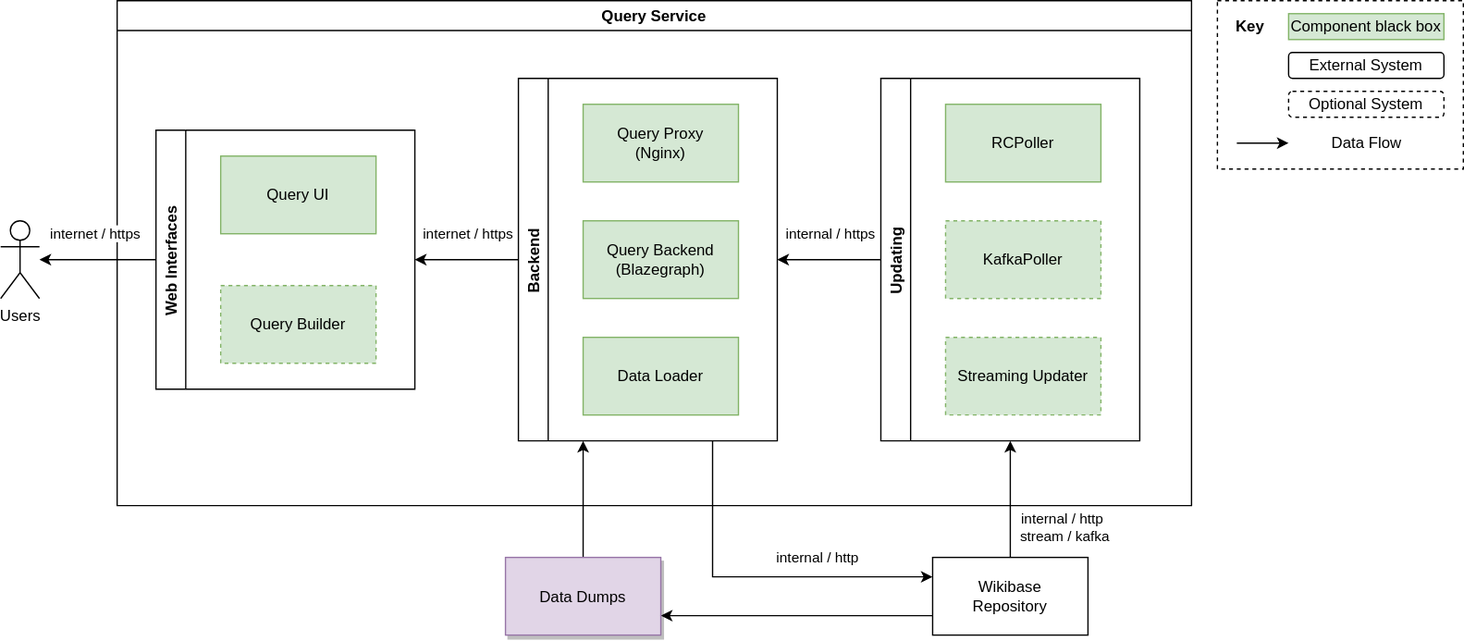
Earlier version of the draw.io export systems/Query/diagrams/03-technical-context.drawio.svg (wmde/wikidata-wikibase-architecture). Source tidied: cells renumbered, new cells last; positions are measured from the earlier drawing's top-left corner, leaving out a move shared by most shapes.
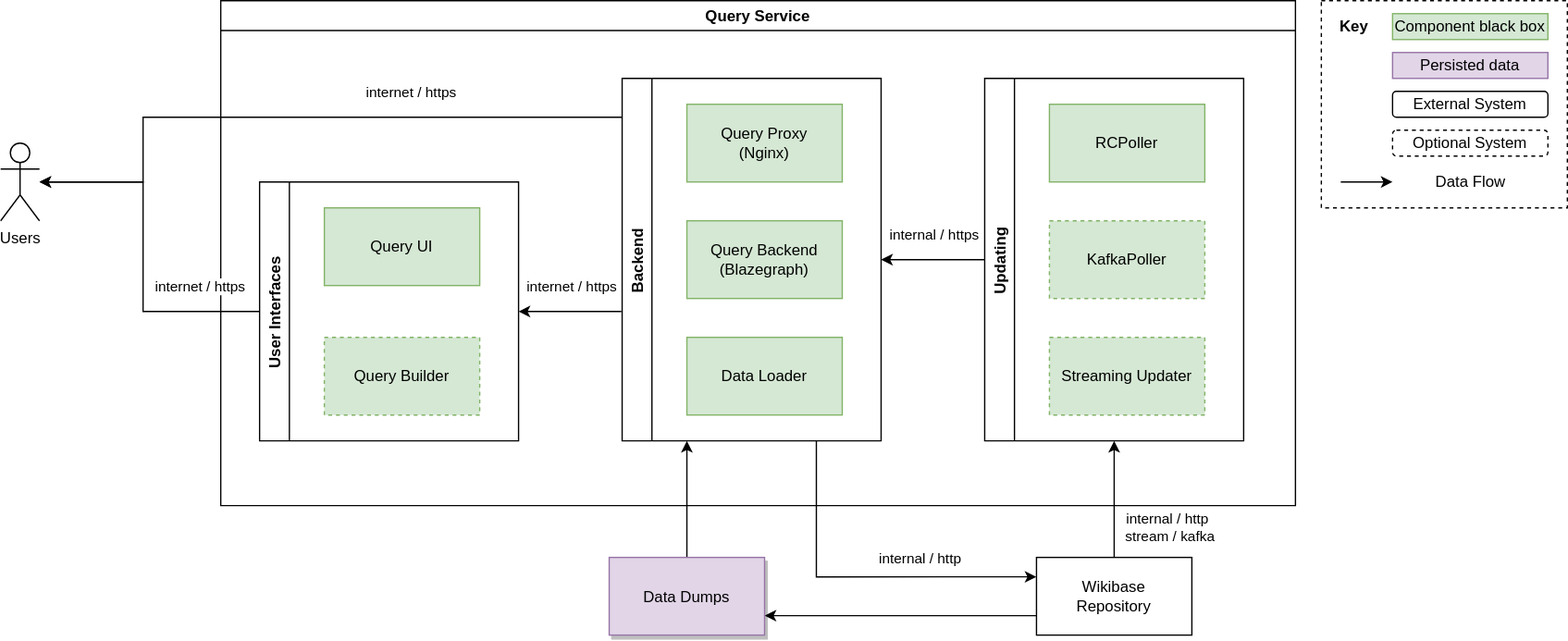
After the change.

Diff of the diagram source:
```diff
@@ -3,7 +3,7 @@
     <mxCell id="0" />
     <mxCell id="1" parent="0" />
     <mxCell id="2" style="rounded=0;whiteSpace=wrap;html=1;fillColor=none;dashed=1;" parent="1" vertex="1">
-      <mxGeometry x="940" width="190" height="130" as="geometry" />
+      <mxGeometry x="940" width="190" height="160" as="geometry" />
     </mxCell>
     <mxCell id="3" value="&lt;b&gt;Key&lt;/b&gt;" style="text;html=1;align=center;verticalAlign=middle;strokeColor=none;" parent="1" vertex="1">
       <mxGeometry x="945" y="10" width="40" height="20" as="geometry" />
@@ -12,13 +12,13 @@
       <mxGeometry x="995" y="10" width="120" height="20" as="geometry" />
     </mxCell>
     <mxCell id="5" value="External System" style="rounded=1;whiteSpace=wrap;html=1;align=center;" parent="1" vertex="1">
-      <mxGeometry x="995" y="40" width="120" height="20" as="geometry" />
+      <mxGeometry x="995" y="70" width="120" height="20" as="geometry" />
     </mxCell>
     <mxCell id="6" value="Query Service" style="swimlane;" parent="1" vertex="1">
       <mxGeometry x="90" width="830" height="390" as="geometry" />
     </mxCell>
-    <mxCell id="7" value="Web Interfaces" style="swimlane;horizontal=0;" parent="6" vertex="1">
-      <mxGeometry x="30" y="100" width="200" height="200" as="geometry" />
+    <mxCell id="7" value="User Interfaces" style="swimlane;horizontal=0;" parent="6" vertex="1">
+      <mxGeometry x="30" y="140" width="200" height="200" as="geometry" />
     </mxCell>
     <mxCell id="8" value="Query UI" style="rounded=0;whiteSpace=wrap;html=1;fillColor=#d5e8d4;strokeColor=#82b366;" parent="7" vertex="1">
       <mxGeometry x="50" y="20" width="120" height="60" as="geometry" />
@@ -58,7 +58,7 @@
         <mxPoint x="13" y="-19" as="offset" />
       </mxGeometry>
     </mxCell>
-    <mxCell id="20" style="edgeStyle=orthogonalEdgeStyle;rounded=0;jettySize=auto;html=1;entryX=0;entryY=0.5;entryDx=0;entryDy=0;startArrow=classic;startFill=1;endArrow=none;endFill=0;" parent="6" edge="1" source="7" target="15">
+    <mxCell id="20" style="edgeStyle=orthogonalEdgeStyle;rounded=0;jettySize=auto;html=1;entryX=-0.003;entryY=0.643;entryDx=0;entryDy=0;startArrow=classic;startFill=1;endArrow=none;endFill=0;entryPerimeter=0;" parent="6" edge="1" source="7" target="15">
       <mxGeometry relative="1" as="geometry" />
     </mxCell>
     <mxCell id="21" value="internet / https" style="edgeLabel;html=1;align=center;verticalAlign=middle;" parent="20" vertex="1">
@@ -86,27 +86,32 @@
       <mxGeometry x="720" y="430" width="120" height="60" as="geometry" />
     </mxCell>
     <mxCell id="27" style="edgeStyle=orthogonalEdgeStyle;rounded=0;jettySize=auto;html=1;entryX=0;entryY=0.5;entryDx=0;entryDy=0;startArrow=classic;startFill=1;endArrow=none;endFill=0;" parent="1" edge="1" source="28" target="7">
-      <mxGeometry relative="1" as="geometry" />
+      <mxGeometry relative="1" as="geometry">
+        <Array as="points">
+          <mxPoint x="30" y="140" />
+          <mxPoint x="30" y="240" />
+        </Array>
+      </mxGeometry>
     </mxCell>
     <mxCell id="28" value="Users" style="shape=umlActor;verticalLabelPosition=bottom;verticalAlign=top;html=1;outlineConnect=0;" parent="1" vertex="1">
-      <mxGeometry y="170" width="30" height="60" as="geometry" />
+      <mxGeometry x="-80" y="110" width="30" height="60" as="geometry" />
     </mxCell>
     <mxCell id="29" value="Optional System" style="rounded=1;whiteSpace=wrap;html=1;align=center;dashed=1;" parent="1" vertex="1">
-      <mxGeometry x="995" y="70" width="120" height="20" as="geometry" />
+      <mxGeometry x="995" y="100" width="120" height="20" as="geometry" />
     </mxCell>
     <mxCell id="30" value="internet / https" style="edgeLabel;html=1;align=center;verticalAlign=middle;" parent="1" vertex="1">
-      <mxGeometry x="80" y="150" as="geometry">
+      <mxGeometry x="80" y="190" as="geometry">
         <mxPoint x="-7" y="30" as="offset" />
       </mxGeometry>
     </mxCell>
     <mxCell id="31" style="endArrow=classic;html=1;" parent="1" edge="1">
       <mxGeometry relative="1" as="geometry">
-        <mxPoint x="955" y="110" as="sourcePoint" />
-        <mxPoint x="995" y="110" as="targetPoint" />
+        <mxPoint x="955" y="140" as="sourcePoint" />
+        <mxPoint x="995" y="140" as="targetPoint" />
       </mxGeometry>
     </mxCell>
     <mxCell id="32" value="Data Flow" style="text;html=1;align=center;verticalAlign=middle;strokeColor=none;" parent="1" vertex="1">
-      <mxGeometry x="1020" y="100" width="70" height="20" as="geometry" />
+      <mxGeometry x="1020" y="130" width="70" height="20" as="geometry" />
     </mxCell>
     <mxCell id="33" style="edgeStyle=orthogonalEdgeStyle;rounded=0;jettySize=auto;html=1;entryX=0.25;entryY=1;entryDx=0;entryDy=0;" parent="1" edge="1" source="34" target="15">
       <mxGeometry relative="1" as="geometry" />
@@ -122,5 +127,23 @@
         <mxPoint x="27" y="-12" as="offset" />
       </mxGeometry>
     </mxCell>
+    <mxCell id="37" value="Persisted data" style="rounded=0;whiteSpace=wrap;html=1;align=center;fillColor=#e1d5e7;strokeColor=#9673a6;" parent="1" vertex="1">
+      <mxGeometry x="995" y="40" width="120" height="20" as="geometry" />
+    </mxCell>
+    <mxCell id="38" style="edgeStyle=orthogonalEdgeStyle;rounded=0;orthogonalLoop=1;jettySize=auto;html=1;" parent="1" edge="1">
+      <mxGeometry relative="1" as="geometry">
+        <mxPoint x="400" y="90" as="sourcePoint" />
+        <mxPoint x="-50" y="140" as="targetPoint" />
+        <Array as="points">
+          <mxPoint x="30" y="90" />
+          <mxPoint x="30" y="140" />
+        </Array>
+      </mxGeometry>
+    </mxCell>
+    <mxCell id="39" value="internet / https" style="edgeLabel;html=1;align=center;verticalAlign=middle;" parent="38" vertex="1">
+      <mxGeometry x="-0.35" y="1" relative="1" as="geometry">
+        <mxPoint y="-21" as="offset" />
+      </mxGeometry>
+    </mxCell>
   </root>
 </mxGraphModel>
```
